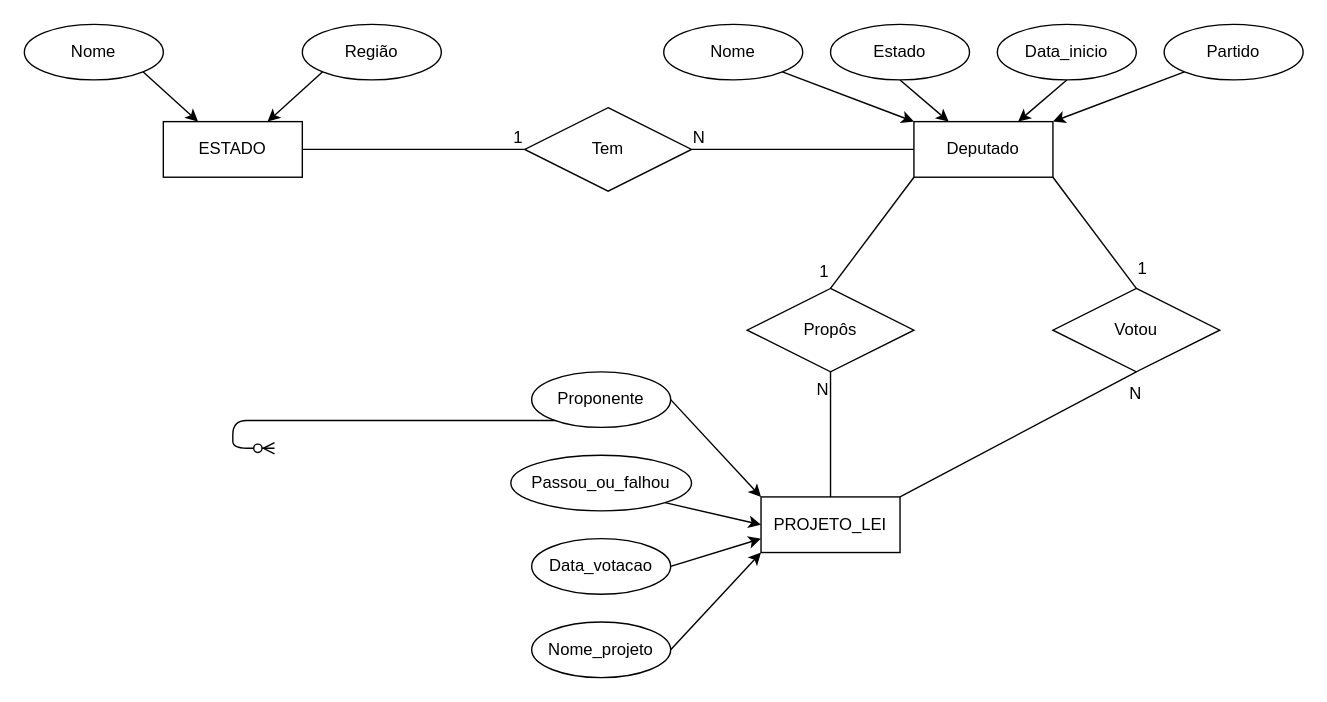
Above: ADS202-Exercicio1.drawio in Masso13/ADS202-Exercicios-17032023 (draw.io), before the change. Source tidied: cells renumbered, new cells numbered last; positions are measured from the earlier drawing's top-left corner, leaving out a move shared by most shapes. Both pictures are drawn from the tidied source at 139%, with x=0, y=0 at pixel (24, 24).
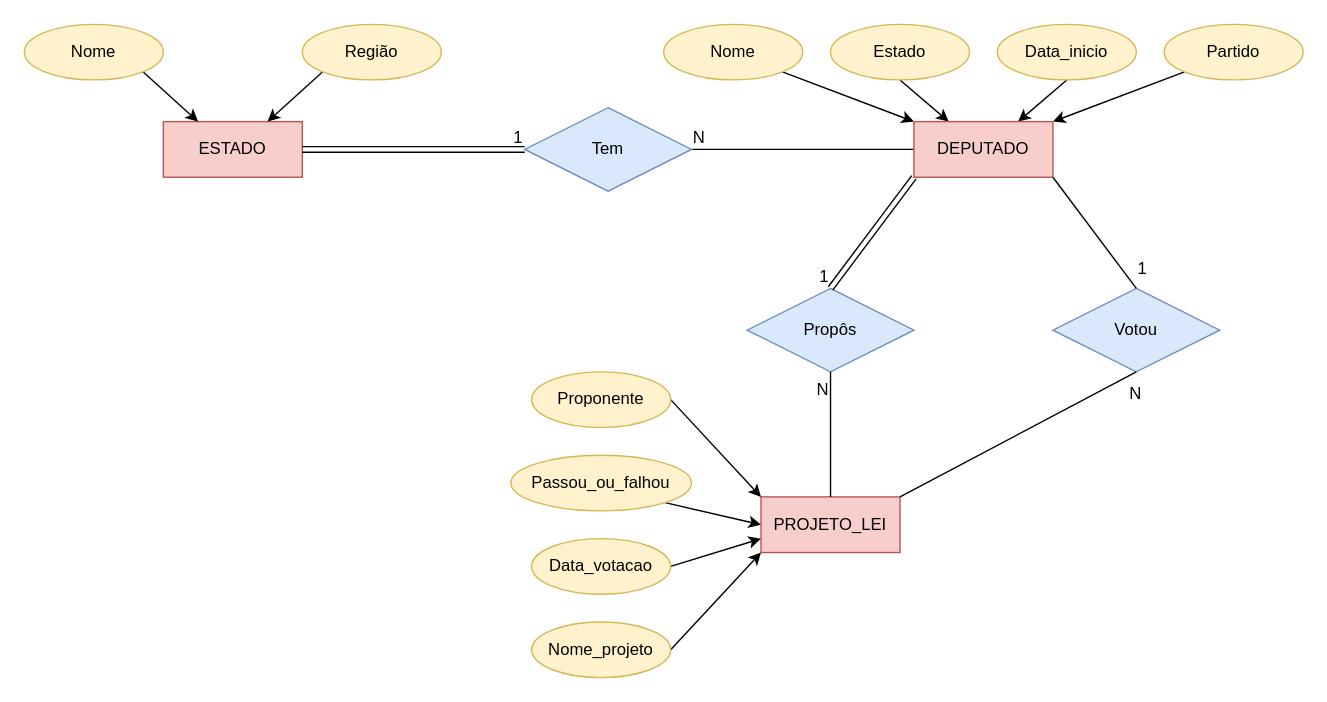
After the change.

What changed in the source:
```diff
@@
-    <mxCell id="2" style="edgeStyle=entityRelationEdgeStyle;endArrow=ERzeroToMany;startArrow=ERone;endFill=1;startFill=0;" parent="1" edge="1">
-      <mxGeometry relative="1" as="geometry">
-        <mxPoint x="420" y="265" as="sourcePoint" />
-        <mxPoint x="180" y="305" as="targetPoint" />
-      </mxGeometry>
-    </mxCell>
-    <mxCell id="3" value="ESTADO" style="whiteSpace=wrap;html=1;align=center;" parent="1" vertex="1">
+    <mxCell id="3" value="ESTADO" style="whiteSpace=wrap;html=1;align=center;fillColor=#f8cecc;strokeColor=#b85450;" parent="1" vertex="1">
       <mxGeometry x="100" y="70" width="100" height="40" as="geometry" />
     </mxCell>
@@
-    <mxCell id="5" value="Nome" style="ellipse;whiteSpace=wrap;html=1;align=center;" parent="1" vertex="1">
+    <mxCell id="5" value="Nome" style="ellipse;whiteSpace=wrap;html=1;align=center;fillColor=#fff2cc;strokeColor=#d6b656;" parent="1" vertex="1">
       <mxGeometry width="100" height="40" as="geometry" />
     </mxCell>
@@
-    <mxCell id="7" value="Região" style="ellipse;whiteSpace=wrap;html=1;align=center;" parent="1" vertex="1">
+    <mxCell id="7" value="Região" style="ellipse;whiteSpace=wrap;html=1;align=center;fillColor=#fff2cc;strokeColor=#d6b656;" parent="1" vertex="1">
       <mxGeometry x="200" width="100" height="40" as="geometry" />
     </mxCell>
@@
-    <mxCell id="9" value="Nome" style="ellipse;whiteSpace=wrap;html=1;align=center;" parent="1" vertex="1">
+    <mxCell id="9" value="Nome" style="ellipse;whiteSpace=wrap;html=1;align=center;fillColor=#fff2cc;strokeColor=#d6b656;" parent="1" vertex="1">
       <mxGeometry x="460" width="100" height="40" as="geometry" />
     </mxCell>
@@
-    <mxCell id="11" value="Estado" style="ellipse;whiteSpace=wrap;html=1;align=center;" parent="1" vertex="1">
+    <mxCell id="11" value="Estado" style="ellipse;whiteSpace=wrap;html=1;align=center;fillColor=#fff2cc;strokeColor=#d6b656;" parent="1" vertex="1">
       <mxGeometry x="580" width="100" height="40" as="geometry" />
     </mxCell>
@@
-    <mxCell id="13" value="Data_inicio" style="ellipse;whiteSpace=wrap;html=1;align=center;" parent="1" vertex="1">
+    <mxCell id="13" value="Data_inicio" style="ellipse;whiteSpace=wrap;html=1;align=center;fillColor=#fff2cc;strokeColor=#d6b656;" parent="1" vertex="1">
       <mxGeometry x="700" width="100" height="40" as="geometry" />
     </mxCell>
@@
-    <mxCell id="15" value="Partido" style="ellipse;whiteSpace=wrap;html=1;align=center;" parent="1" vertex="1">
+    <mxCell id="15" value="Partido" style="ellipse;whiteSpace=wrap;html=1;align=center;fillColor=#fff2cc;strokeColor=#d6b656;" parent="1" vertex="1">
       <mxGeometry x="820" width="100" height="40" as="geometry" />
     </mxCell>
-    <mxCell id="16" value="PROJETO_LEI" style="whiteSpace=wrap;html=1;align=center;" parent="1" vertex="1">
+    <mxCell id="16" value="PROJETO_LEI" style="whiteSpace=wrap;html=1;align=center;fillColor=#f8cecc;strokeColor=#b85450;" parent="1" vertex="1">
       <mxGeometry x="530" y="340" width="100" height="40" as="geometry" />
     </mxCell>
@@
-    <mxCell id="18" value="Nome_projeto" style="ellipse;whiteSpace=wrap;html=1;align=center;" parent="1" vertex="1">
+    <mxCell id="18" value="Nome_projeto" style="ellipse;whiteSpace=wrap;html=1;align=center;fillColor=#fff2cc;strokeColor=#d6b656;" parent="1" vertex="1">
       <mxGeometry x="365" y="430" width="100" height="40" as="geometry" />
     </mxCell>
@@
-    <mxCell id="20" value="Data_votacao" style="ellipse;whiteSpace=wrap;html=1;align=center;" parent="1" vertex="1">
+    <mxCell id="20" value="Data_votacao" style="ellipse;whiteSpace=wrap;html=1;align=center;fillColor=#fff2cc;strokeColor=#d6b656;" parent="1" vertex="1">
       <mxGeometry x="365" y="370" width="100" height="40" as="geometry" />
     </mxCell>
@@
-    <mxCell id="22" value="Passou_ou_falhou" style="ellipse;whiteSpace=wrap;html=1;align=center;" parent="1" vertex="1">
+    <mxCell id="22" value="Passou_ou_falhou" style="ellipse;whiteSpace=wrap;html=1;align=center;fillColor=#fff2cc;strokeColor=#d6b656;" parent="1" vertex="1">
       <mxGeometry x="350" y="310" width="130" height="40" as="geometry" />
     </mxCell>
@@
-    <mxCell id="24" value="Proponente" style="ellipse;whiteSpace=wrap;html=1;align=center;" parent="1" vertex="1">
+    <mxCell id="24" value="Proponente" style="ellipse;whiteSpace=wrap;html=1;align=center;fillColor=#fff2cc;strokeColor=#d6b656;" parent="1" vertex="1">
       <mxGeometry x="365" y="250" width="100" height="40" as="geometry" />
     </mxCell>
@@
-    <mxCell id="27" style="endArrow=none;html=1;rounded=0;exitX=1;exitY=0.5;exitDx=0;exitDy=0;entryX=0;entryY=0.5;entryDx=0;entryDy=0;" parent="1" edge="1" source="3">
-      <mxGeometry relative="1" as="geometry">
-        <mxPoint x="360" y="90" as="targetPoint" />
-      </mxGeometry>
-    </mxCell>
-    <mxCell id="28" value="1" style="html=1;whiteSpace=wrap;align=right;verticalAlign=bottom;" parent="27" vertex="1">
-      <mxGeometry x="1" relative="1" as="geometry" />
-    </mxCell>
-    <mxCell id="29" value="Votou" style="shape=rhombus;perimeter=rhombusPerimeter;whiteSpace=wrap;html=1;align=center;" parent="1" vertex="1">
+    <mxCell id="29" value="Votou" style="shape=rhombus;perimeter=rhombusPerimeter;whiteSpace=wrap;html=1;align=center;fillColor=#dae8fc;strokeColor=#6c8ebf;" parent="1" vertex="1">
       <mxGeometry x="740" y="190" width="120" height="60" as="geometry" />
     </mxCell>
-    <mxCell id="30" value="Propôs" style="shape=rhombus;perimeter=rhombusPerimeter;whiteSpace=wrap;html=1;align=center;" parent="1" vertex="1">
+    <mxCell id="30" value="Propôs" style="shape=rhombus;perimeter=rhombusPerimeter;whiteSpace=wrap;html=1;align=center;fillColor=#dae8fc;strokeColor=#6c8ebf;" parent="1" vertex="1">
       <mxGeometry x="520" y="190" width="120" height="60" as="geometry" />
     </mxCell>
-    <mxCell id="31" value="Deputado" style="whiteSpace=wrap;html=1;align=center;" parent="1" vertex="1">
+    <mxCell id="31" value="DEPUTADO" style="whiteSpace=wrap;html=1;align=center;fillColor=#f8cecc;strokeColor=#b85450;" parent="1" vertex="1">
       <mxGeometry x="640" y="70" width="100" height="40" as="geometry" />
     </mxCell>
-    <mxCell id="32" value="Tem" style="shape=rhombus;perimeter=rhombusPerimeter;whiteSpace=wrap;html=1;align=center;" parent="1" vertex="1">
+    <mxCell id="32" value="Tem" style="shape=rhombus;perimeter=rhombusPerimeter;whiteSpace=wrap;html=1;align=center;fillColor=#dae8fc;strokeColor=#6c8ebf;" parent="1" vertex="1">
       <mxGeometry x="360" y="60" width="120" height="60" as="geometry" />
     </mxCell>
@@
-    <mxCell id="35" style="endArrow=none;html=1;rounded=0;fontFamily=Helvetica;fontSize=12;fontColor=default;exitX=0;exitY=1;exitDx=0;exitDy=0;entryX=0.5;entryY=0;entryDx=0;entryDy=0;" parent="1" edge="1" source="31" target="30">
-      <mxGeometry relative="1" as="geometry" />
-    </mxCell>
-    <mxCell id="36" value="1" style="html=1;whiteSpace=wrap;align=right;verticalAlign=bottom;strokeColor=default;fontFamily=Helvetica;fontSize=12;fontColor=default;fillColor=default;" parent="35" vertex="1">
-      <mxGeometry x="1" relative="1" as="geometry">
-        <mxPoint y="-4" as="offset" />
-      </mxGeometry>
-    </mxCell>
@@
+    <mxCell id="41" style="shape=link;html=1;rounded=0;exitX=1;exitY=0.5;exitDx=0;exitDy=0;entryX=0;entryY=0.5;entryDx=0;entryDy=0;" parent="1" edge="1" source="3" target="32">
+      <mxGeometry relative="1" as="geometry" />
+    </mxCell>
+    <mxCell id="42" value="1" style="html=1;whiteSpace=wrap;align=right;verticalAlign=bottom;" parent="41" vertex="1">
+      <mxGeometry x="1" relative="1" as="geometry" />
+    </mxCell>
+    <mxCell id="35" style="shape=link;html=1;rounded=0;entryX=0.5;entryY=0;entryDx=0;entryDy=0;exitX=0;exitY=1;exitDx=0;exitDy=0;" parent="1" edge="1" source="31" target="30">
+      <mxGeometry relative="1" as="geometry" />
+    </mxCell>
+    <mxCell id="43" value="1" style="html=1;whiteSpace=wrap;align=right;verticalAlign=bottom;" parent="35" vertex="1">
+      <mxGeometry x="1" relative="1" as="geometry" />
+    </mxCell>
```
